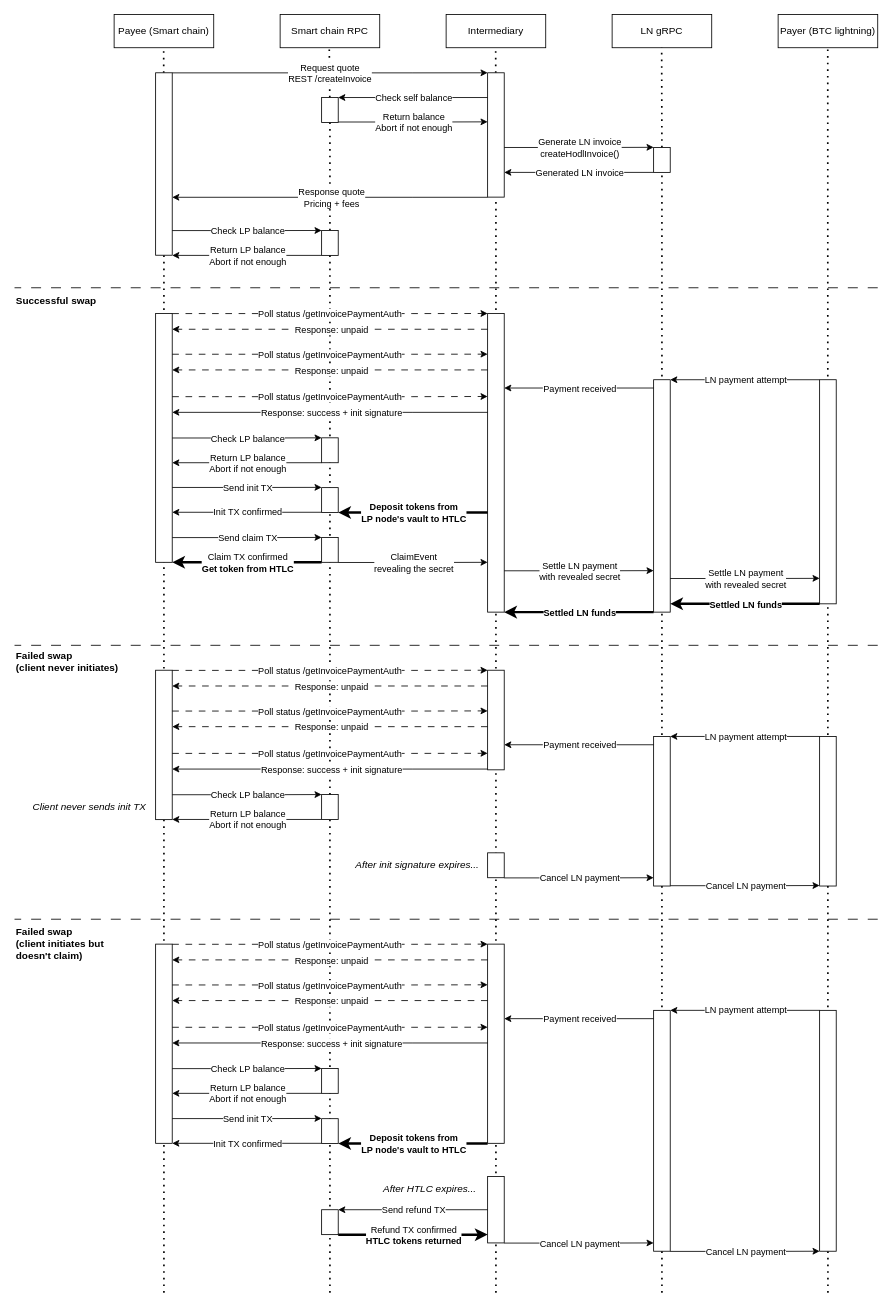
Above: diagrams/frombtcln-diagram.drawio in atomiqlabs/atomiq-docs (draw.io), before the change. Source tidied: cells renumbered, new cells numbered last; positions are measured from the earlier drawing's top-left corner, leaving out a move shared by most shapes. Both pictures are drawn from the tidied source at 83%, with x=0, y=0 at pixel (14, 14).
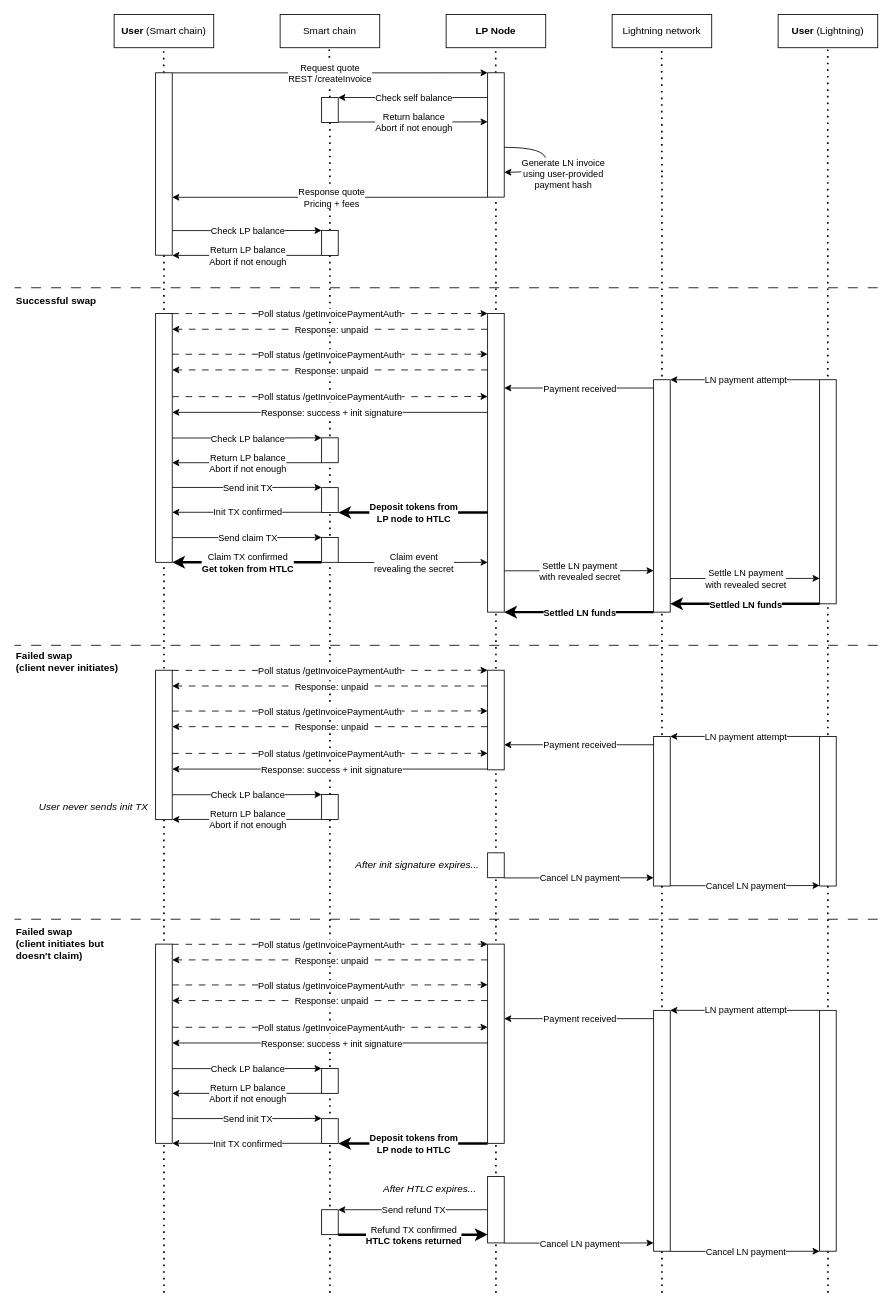
The same diagram, later.

Unchanged cells that the change refers to:
```xml
<mxCell id="67" style="edgeStyle=orthogonalEdgeStyle;rounded=0;orthogonalLoop=1;jettySize=auto;html=1;exitX=0;exitY=1;exitDx=0;exitDy=0;strokeWidth=3;" parent="1" edge="1">
  <mxGeometry relative="1" as="geometry">
    <mxPoint x="570" y="600" as="sourcePoint" />
    <mxPoint x="390" y="600" as="targetPoint" />
    <Array as="points">
      <mxPoint x="390" y="600" />
    </Array>
  </mxGeometry>
</mxCell>
<mxCell id="74" style="edgeStyle=orthogonalEdgeStyle;rounded=0;orthogonalLoop=1;jettySize=auto;html=1;exitX=1;exitY=0;exitDx=0;exitDy=0;entryX=0;entryY=0;entryDx=0;entryDy=0;" parent="1" edge="1">
  <mxGeometry relative="1" as="geometry">
    <mxPoint x="390" y="660.2" as="sourcePoint" />
    <mxPoint x="570" y="660" as="targetPoint" />
    <Array as="points">
      <mxPoint x="500" y="660" />
    </Array>
  </mxGeometry>
</mxCell>
<mxCell id="145" style="edgeStyle=orthogonalEdgeStyle;rounded=0;orthogonalLoop=1;jettySize=auto;html=1;exitX=0;exitY=1;exitDx=0;exitDy=0;strokeWidth=3;" parent="1" edge="1">
  <mxGeometry relative="1" as="geometry">
    <mxPoint x="570" y="1360.3" as="sourcePoint" />
    <mxPoint x="390" y="1360.3" as="targetPoint" />
    <Array as="points">
      <mxPoint x="390" y="1360.3" />
    </Array>
  </mxGeometry>
</mxCell>
```

What changed in the source:
```diff
@@
-    <mxCell id="2" value="Payee (Smart chain)" style="rounded=0;whiteSpace=wrap;html=1;" parent="1" vertex="1">
+    <mxCell id="2" value="&lt;b&gt;User &lt;/b&gt;(Smart chain)" style="rounded=0;whiteSpace=wrap;html=1;" parent="1" vertex="1">
       <mxGeometry x="120" width="120" height="40" as="geometry" />
     </mxCell>
-    <mxCell id="3" value="Intermediary" style="rounded=0;whiteSpace=wrap;html=1;" parent="1" vertex="1">
+    <mxCell id="3" value="&lt;b&gt;LP Node&lt;/b&gt;" style="rounded=0;whiteSpace=wrap;html=1;" parent="1" vertex="1">
       <mxGeometry x="520" width="120" height="40" as="geometry" />
     </mxCell>
-    <mxCell id="4" value="Payer (BTC lightning)" style="rounded=0;whiteSpace=wrap;html=1;" parent="1" vertex="1">
+    <mxCell id="4" value="&lt;b&gt;User &lt;/b&gt;(Lightning)" style="rounded=0;whiteSpace=wrap;html=1;" parent="1" vertex="1">
       <mxGeometry x="920" width="120" height="40" as="geometry" />
     </mxCell>
-    <mxCell id="5" value="Smart chain RPC" style="rounded=0;whiteSpace=wrap;html=1;" parent="1" vertex="1">
+    <mxCell id="5" value="Smart chain" style="rounded=0;whiteSpace=wrap;html=1;" parent="1" vertex="1">
       <mxGeometry x="320" width="120" height="40" as="geometry" />
     </mxCell>
@@
-    <mxCell id="7" value="LN gRPC" style="rounded=0;whiteSpace=wrap;html=1;" parent="1" vertex="1">
+    <mxCell id="7" value="Lightning network" style="rounded=0;whiteSpace=wrap;html=1;" parent="1" vertex="1">
       <mxGeometry x="720" width="120" height="40" as="geometry" />
     </mxCell>
@@
-    <mxCell id="10" style="endArrow=none;dashed=1;html=1;dashPattern=1 3;strokeWidth=2;rounded=0;entryX=0.5;entryY=1;entryDx=0;entryDy=0;startArrow=none;" parent="1" edge="1" source="34">
+    <mxCell id="10" style="endArrow=none;dashed=1;html=1;dashPattern=1 3;strokeWidth=2;rounded=0;entryX=0.5;entryY=1;entryDx=0;entryDy=0;startArrow=none;" parent="1" edge="1">
       <mxGeometry relative="1" as="geometry">
+        <mxPoint x="780" y="190" as="sourcePoint" />
         <mxPoint x="779.7" y="40" as="targetPoint" />
       </mxGeometry>
     </mxCell>
@@
-    <mxCell id="31" style="edgeStyle=orthogonalEdgeStyle;rounded=0;orthogonalLoop=1;jettySize=auto;html=1;exitX=1;exitY=0;exitDx=0;exitDy=0;entryX=0;entryY=0;entryDx=0;entryDy=0;" parent="1" edge="1">
-      <mxGeometry relative="1" as="geometry">
-        <mxPoint x="590" y="160.2" as="sourcePoint" />
-        <mxPoint x="770" y="160" as="targetPoint" />
-        <Array as="points">
-          <mxPoint x="700" y="160" />
-        </Array>
-      </mxGeometry>
-    </mxCell>
-    <mxCell id="32" value="Generate LN invoice&lt;br&gt;createHodlInvoice()" style="edgeLabel;html=1;align=center;verticalAlign=middle;" parent="31" vertex="1">
-      <mxGeometry x="-0.11" y="-2" relative="1" as="geometry">
-        <mxPoint x="10" y="-2" as="offset" />
-      </mxGeometry>
-    </mxCell>
-    <mxCell id="33" style="endArrow=none;dashed=1;html=1;dashPattern=1 3;strokeWidth=2;rounded=0;entryX=0.5;entryY=1;entryDx=0;entryDy=0;startArrow=none;" parent="1" edge="1" target="34">
+    <mxCell id="33" style="endArrow=none;dashed=1;html=1;dashPattern=1 3;strokeWidth=2;rounded=0;entryX=0.5;entryY=1;entryDx=0;entryDy=0;startArrow=none;" parent="1" edge="1">
       <mxGeometry relative="1" as="geometry">
         <mxPoint x="780" y="1540" as="sourcePoint" />
+        <mxPoint x="780" y="190.2" as="targetPoint" />
       </mxGeometry>
     </mxCell>
-    <mxCell id="34" style="rounded=0;whiteSpace=wrap;html=1;" parent="1" vertex="1">
-      <mxGeometry x="770" y="160.2" width="20" height="30" as="geometry" />
-    </mxCell>
-    <mxCell id="35" style="edgeStyle=orthogonalEdgeStyle;rounded=0;orthogonalLoop=1;jettySize=auto;html=1;exitX=0;exitY=1;exitDx=0;exitDy=0;" parent="1" edge="1">
-      <mxGeometry relative="1" as="geometry">
-        <mxPoint x="770" y="190.2" as="sourcePoint" />
-        <mxPoint x="590" y="190.2" as="targetPoint" />
-        <Array as="points">
-          <mxPoint x="590" y="190.2" />
-        </Array>
-      </mxGeometry>
-    </mxCell>
-    <mxCell id="36" value="Generated LN invoice" style="edgeLabel;html=1;align=center;verticalAlign=middle;" parent="35" vertex="1">
-      <mxGeometry x="-0.09" y="-1" relative="1" as="geometry">
-        <mxPoint x="-8" y="1" as="offset" />
-      </mxGeometry>
-    </mxCell>
@@
-    <mxCell id="68" value="&lt;b&gt;Deposit tokens from&lt;br&gt;LP node's vault to HTLC&lt;/b&gt;" style="edgeLabel;html=1;align=center;verticalAlign=middle;" parent="67" vertex="1">
+    <mxCell id="68" value="&lt;b&gt;Deposit tokens from&lt;br&gt;LP node to HTLC&lt;/b&gt;" style="edgeLabel;html=1;align=center;verticalAlign=middle;" parent="67" vertex="1">
       <mxGeometry x="-0.09" y="-1" relative="1" as="geometry">
         <mxPoint x="-8" y="1" as="offset" />
       </mxGeometry>
     </mxCell>
@@
-    <mxCell id="75" value="ClaimEvent&lt;br&gt;revealing the secret" style="edgeLabel;html=1;align=center;verticalAlign=middle;" parent="74" vertex="1">
+    <mxCell id="75" value="Claim event&lt;br&gt;revealing the secret" style="edgeLabel;html=1;align=center;verticalAlign=middle;" parent="74" vertex="1">
       <mxGeometry x="-0.11" y="-2" relative="1" as="geometry">
         <mxPoint x="10" y="-2" as="offset" />
       </mxGeometry>
     </mxCell>
@@
-    <mxCell id="146" value="&lt;b&gt;Deposit tokens from&lt;br&gt;LP node's vault to HTLC&lt;/b&gt;" style="edgeLabel;html=1;align=center;verticalAlign=middle;" parent="145" vertex="1">
+    <mxCell id="146" value="&lt;b&gt;Deposit tokens from&lt;br&gt;LP node to HTLC&lt;/b&gt;" style="edgeLabel;html=1;align=center;verticalAlign=middle;" parent="145" vertex="1">
       <mxGeometry x="-0.09" y="-1" relative="1" as="geometry">
         <mxPoint x="-8" y="1" as="offset" />
       </mxGeometry>
     </mxCell>
-    <mxCell id="147" value="&lt;i&gt;Client never sends init TX&lt;/i&gt;" style="text;html=1;align=center;verticalAlign=middle;strokeColor=none;fillColor=none;" parent="1" vertex="1">
-      <mxGeometry x="10" y="940" width="160" height="30" as="geometry" />
+    <mxCell id="147" value="&lt;i&gt;User never sends init TX&lt;/i&gt;" style="text;html=1;align=center;verticalAlign=middle;strokeColor=none;fillColor=none;" parent="1" vertex="1">
+      <mxGeometry x="20" y="940" width="150" height="30" as="geometry" />
     </mxCell>
@@
+    <mxCell id="165" style="curved=1;endArrow=classic;html=1;rounded=0;" parent="1" edge="1">
+      <mxGeometry relative="1" as="geometry">
+        <mxPoint x="590" y="160" as="sourcePoint" />
+        <mxPoint x="590" y="190" as="targetPoint" />
+        <Array as="points">
+          <mxPoint x="640" y="160" />
+          <mxPoint x="640" y="190" />
+        </Array>
+      </mxGeometry>
+    </mxCell>
+    <mxCell id="166" value="Generate LN invoice&lt;br style=&quot;border-color: var(--border-color);&quot;&gt;using user-provided&lt;br style=&quot;border-color: var(--border-color);&quot;&gt;payment hash" style="edgeLabel;html=1;align=center;verticalAlign=middle;" parent="165" vertex="1">
+      <mxGeometry x="0.1" y="-5" relative="1" as="geometry">
+        <mxPoint x="25" y="9" as="offset" />
+      </mxGeometry>
+    </mxCell>
```
